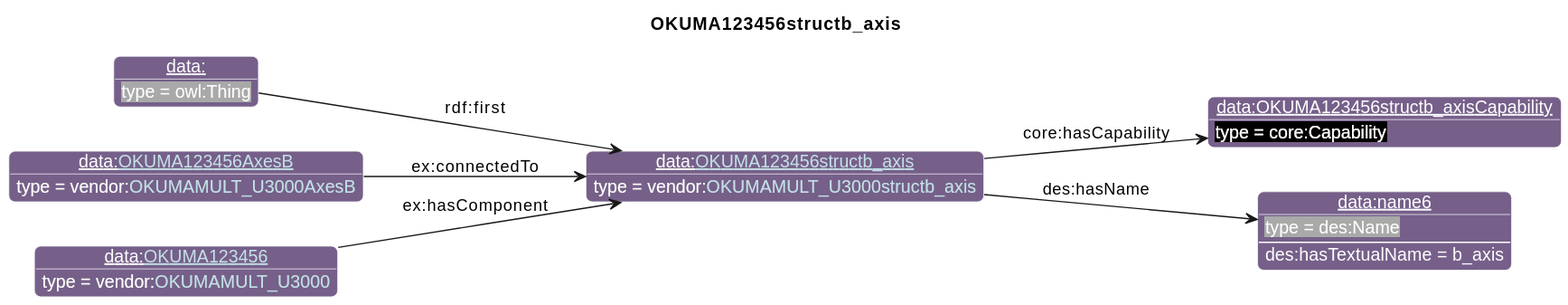
Before: diagrams/OKUMA123456structb_axis.svg, a diagram exported from PlantUML (iofoundry/example-syseng-mtconnect). The source it was exported from:
```plantuml
@startuml
!include ../iof.iuml

<style>
object {
  HyperlinkColor #C4E1E6
}
</style>

left to right direction
skinparam linetype polyline
title OKUMA123456structb_axis

!$default_direction = down

!$namespace_colors = { "bfo":"DFA702",
                      "iof":"1E90FF",
                      "ns":"Green",
                      "ns1":"76608A",
                      "core":"000000",
                      "ex":"Green",
                      "data":"76608A",
                      "vendor":"76608A",
                      "units":"8A2D3B",
                      "cmns-dsg":"3A0519",
                      "qp":"641B2E"
      }
individual(o0, data:[[./OKUMA123456structb_axis.html OKUMA123456structb_axis]], vendor:[[../OKUMA.html#OKUMAMULT_U3000structb_axis OKUMAMULT_U3000structb_axis]])
individual(o1, data:OKUMA123456structb_axisCapability, core:Capability)
individual(o2, data:name6, des:Name)
individual(o3, data:, owl:Thing)
individual(o4, data:[[./OKUMA123456AxesB.html OKUMA123456AxesB]], vendor:[[../OKUMA.html#OKUMAMULT_U3000AxesB OKUMAMULT_U3000AxesB]])
individual(o5, data:[[./OKUMA123456.html OKUMA123456]], vendor:[[../OKUMA.html#OKUMAMULT_U3000 OKUMAMULT_U3000]])
property(o0, "core:hasCapability", o1)
property(o0, "des:hasName", o2)
data(o2, "des:hasTextualName", "b_axis")
property(o3, "rdf:first", o0)
property(o4, "ex:connectedTo", o0)
property(o5, "ex:hasComponent", o0)
@enduml
```
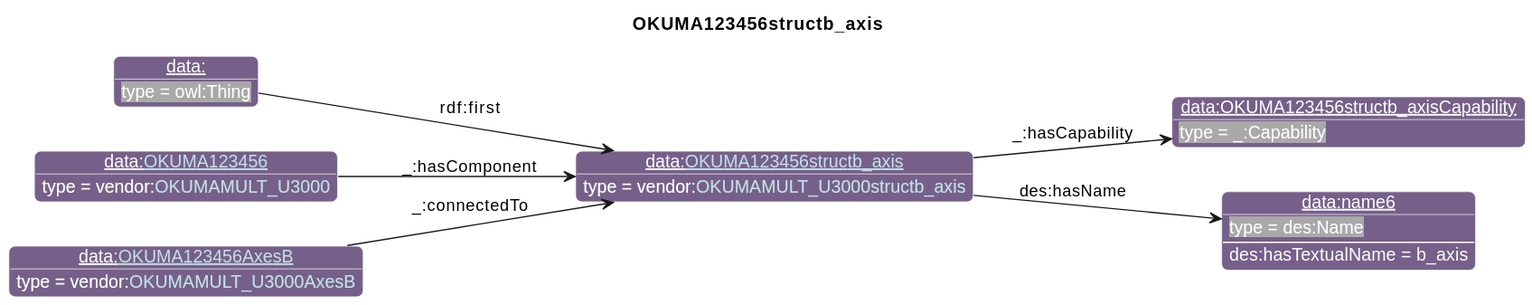
Above is the later version.

What changed in the source:
```diff
@@ -26,15 +26,15 @@
                       "qp":"641B2E"
       }
 individual(o0, data:[[./OKUMA123456structb_axis.html OKUMA123456structb_axis]], vendor:[[../OKUMA.html#OKUMAMULT_U3000structb_axis OKUMAMULT_U3000structb_axis]])
-individual(o1, data:OKUMA123456structb_axisCapability, core:Capability)
+individual(o1, data:OKUMA123456structb_axisCapability, _:Capability)
 individual(o2, data:name6, des:Name)
 individual(o3, data:, owl:Thing)
-individual(o4, data:[[./OKUMA123456AxesB.html OKUMA123456AxesB]], vendor:[[../OKUMA.html#OKUMAMULT_U3000AxesB OKUMAMULT_U3000AxesB]])
-individual(o5, data:[[./OKUMA123456.html OKUMA123456]], vendor:[[../OKUMA.html#OKUMAMULT_U3000 OKUMAMULT_U3000]])
-property(o0, "core:hasCapability", o1)
+individual(o4, data:[[./OKUMA123456.html OKUMA123456]], vendor:[[../OKUMA.html#OKUMAMULT_U3000 OKUMAMULT_U3000]])
+individual(o5, data:[[./OKUMA123456AxesB.html OKUMA123456AxesB]], vendor:[[../OKUMA.html#OKUMAMULT_U3000AxesB OKUMAMULT_U3000AxesB]])
+property(o0, "_:hasCapability", o1)
 property(o0, "des:hasName", o2)
 data(o2, "des:hasTextualName", "b_axis")
 property(o3, "rdf:first", o0)
-property(o4, "ex:connectedTo", o0)
-property(o5, "ex:hasComponent", o0)
+property(o4, "_:hasComponent", o0)
+property(o5, "_:connectedTo", o0)
 @enduml
```
